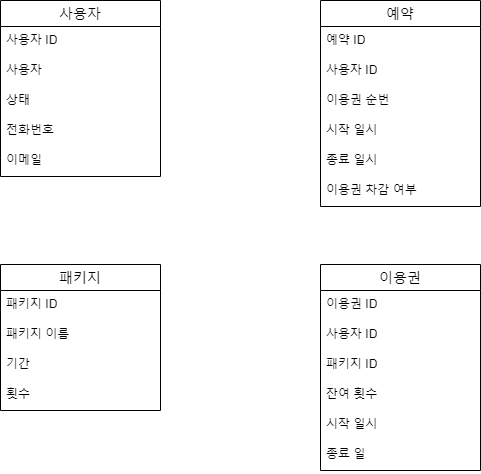
This is docs/ticket-manager-erd.png from GuardJo/ticket-manager, a draw.io export, as it was before one commit. Source tidied: cells renumbered, new cells last; positions are measured from the earlier drawing's top-left corner, leaving out a move shared by most shapes. The source it was exported from:
```xml
<mxGraphModel background="#ffffff">
  <root>
    <mxCell id="0" />
    <mxCell id="1" parent="0" />
    <mxCell id="2" value="패키지" style="swimlane;fontStyle=0;horizontal=1;startSize=26;align=center;fontSize=14;" parent="1" vertex="1">
      <mxGeometry y="264" width="160" height="146" as="geometry" />
    </mxCell>
    <mxCell id="3" value="패키지 ID" style="text;strokeColor=none;fillColor=none;spacingLeft=4;spacingRight=4;overflow=hidden;fontSize=12;whiteSpace=wrap;html=1;" parent="2" vertex="1">
      <mxGeometry y="26" width="160" height="30" as="geometry" />
    </mxCell>
    <mxCell id="4" value="패키지 이름" style="text;strokeColor=none;fillColor=none;spacingLeft=4;spacingRight=4;overflow=hidden;fontSize=12;whiteSpace=wrap;html=1;" parent="2" vertex="1">
      <mxGeometry y="56" width="160" height="30" as="geometry" />
    </mxCell>
    <mxCell id="5" value="기간" style="text;strokeColor=none;fillColor=none;spacingLeft=4;spacingRight=4;overflow=hidden;fontSize=12;whiteSpace=wrap;html=1;" parent="2" vertex="1">
      <mxGeometry y="86" width="160" height="30" as="geometry" />
    </mxCell>
    <mxCell id="6" value="횟수" style="text;strokeColor=none;fillColor=none;spacingLeft=4;spacingRight=4;overflow=hidden;fontSize=12;whiteSpace=wrap;html=1;" parent="2" vertex="1">
      <mxGeometry y="116" width="160" height="30" as="geometry" />
    </mxCell>
    <mxCell id="7" value="사용자" style="swimlane;fontStyle=0;horizontal=1;startSize=26;align=center;fontSize=14;" parent="1" vertex="1">
      <mxGeometry width="160" height="176" as="geometry" />
    </mxCell>
    <mxCell id="8" value="사용자 ID" style="text;strokeColor=none;fillColor=none;spacingLeft=4;spacingRight=4;overflow=hidden;fontSize=12;whiteSpace=wrap;html=1;" parent="7" vertex="1">
      <mxGeometry y="26" width="160" height="30" as="geometry" />
    </mxCell>
    <mxCell id="9" value="사용자" style="text;strokeColor=none;fillColor=none;spacingLeft=4;spacingRight=4;overflow=hidden;fontSize=12;whiteSpace=wrap;html=1;" parent="7" vertex="1">
      <mxGeometry y="56" width="160" height="30" as="geometry" />
    </mxCell>
    <mxCell id="10" value="상태" style="text;strokeColor=none;fillColor=none;spacingLeft=4;spacingRight=4;overflow=hidden;fontSize=12;whiteSpace=wrap;html=1;" parent="7" vertex="1">
      <mxGeometry y="86" width="160" height="30" as="geometry" />
    </mxCell>
    <mxCell id="11" value="전화번호" style="text;strokeColor=none;fillColor=none;spacingLeft=4;spacingRight=4;overflow=hidden;fontSize=12;whiteSpace=wrap;html=1;" parent="7" vertex="1">
      <mxGeometry y="116" width="160" height="30" as="geometry" />
    </mxCell>
    <mxCell id="12" value="이메일" style="text;strokeColor=none;fillColor=none;spacingLeft=4;spacingRight=4;overflow=hidden;fontSize=12;whiteSpace=wrap;html=1;" parent="7" vertex="1">
      <mxGeometry y="146" width="160" height="30" as="geometry" />
    </mxCell>
    <mxCell id="13" value="이용권" style="swimlane;fontStyle=0;horizontal=1;startSize=26;align=center;fontSize=14;" parent="1" vertex="1">
      <mxGeometry x="320" y="264" width="160" height="206" as="geometry" />
    </mxCell>
    <mxCell id="14" value="이용권 ID" style="text;strokeColor=none;fillColor=none;spacingLeft=4;spacingRight=4;overflow=hidden;fontSize=12;whiteSpace=wrap;html=1;" parent="13" vertex="1">
      <mxGeometry y="26" width="160" height="30" as="geometry" />
    </mxCell>
    <mxCell id="15" value="사용자 ID" style="text;strokeColor=none;fillColor=none;spacingLeft=4;spacingRight=4;overflow=hidden;fontSize=12;whiteSpace=wrap;html=1;" parent="13" vertex="1">
      <mxGeometry y="56" width="160" height="30" as="geometry" />
    </mxCell>
    <mxCell id="16" value="패키지 ID" style="text;strokeColor=none;fillColor=none;spacingLeft=4;spacingRight=4;overflow=hidden;fontSize=12;whiteSpace=wrap;html=1;" parent="13" vertex="1">
      <mxGeometry y="86" width="160" height="30" as="geometry" />
    </mxCell>
    <mxCell id="17" value="잔여 횟수" style="text;strokeColor=none;fillColor=none;spacingLeft=4;spacingRight=4;overflow=hidden;fontSize=12;whiteSpace=wrap;html=1;" parent="13" vertex="1">
      <mxGeometry y="116" width="160" height="30" as="geometry" />
    </mxCell>
    <mxCell id="18" value="시작 일시" style="text;strokeColor=none;fillColor=none;spacingLeft=4;spacingRight=4;overflow=hidden;fontSize=12;whiteSpace=wrap;html=1;" parent="13" vertex="1">
      <mxGeometry y="146" width="160" height="30" as="geometry" />
    </mxCell>
    <mxCell id="19" value="종료 일" style="text;strokeColor=none;fillColor=none;spacingLeft=4;spacingRight=4;overflow=hidden;fontSize=12;whiteSpace=wrap;html=1;" parent="13" vertex="1">
      <mxGeometry y="176" width="160" height="30" as="geometry" />
    </mxCell>
    <mxCell id="20" value="예약" style="swimlane;fontStyle=0;horizontal=1;startSize=26;align=center;fontSize=14;" parent="1" vertex="1">
      <mxGeometry x="320" width="160" height="206" as="geometry" />
    </mxCell>
    <mxCell id="21" value="예약 ID" style="text;strokeColor=none;fillColor=none;spacingLeft=4;spacingRight=4;overflow=hidden;fontSize=12;whiteSpace=wrap;html=1;" parent="20" vertex="1">
      <mxGeometry y="26" width="160" height="30" as="geometry" />
    </mxCell>
    <mxCell id="22" value="사용자 ID" style="text;strokeColor=none;fillColor=none;spacingLeft=4;spacingRight=4;overflow=hidden;fontSize=12;whiteSpace=wrap;html=1;" parent="20" vertex="1">
      <mxGeometry y="56" width="160" height="30" as="geometry" />
    </mxCell>
    <mxCell id="23" value="이용권 순번" style="text;strokeColor=none;fillColor=none;spacingLeft=4;spacingRight=4;overflow=hidden;fontSize=12;whiteSpace=wrap;html=1;" parent="20" vertex="1">
      <mxGeometry y="86" width="160" height="30" as="geometry" />
    </mxCell>
    <mxCell id="24" value="시작 일시" style="text;strokeColor=none;fillColor=none;spacingLeft=4;spacingRight=4;overflow=hidden;fontSize=12;whiteSpace=wrap;html=1;" parent="20" vertex="1">
      <mxGeometry y="116" width="160" height="30" as="geometry" />
    </mxCell>
    <mxCell id="25" value="종료 일시" style="text;strokeColor=none;fillColor=none;spacingLeft=4;spacingRight=4;overflow=hidden;fontSize=12;whiteSpace=wrap;html=1;" parent="20" vertex="1">
      <mxGeometry y="146" width="160" height="30" as="geometry" />
    </mxCell>
    <mxCell id="26" value="이용권 차감 여부" style="text;strokeColor=none;fillColor=none;spacingLeft=4;spacingRight=4;overflow=hidden;fontSize=12;whiteSpace=wrap;html=1;" parent="20" vertex="1">
      <mxGeometry y="176" width="160" height="30" as="geometry" />
    </mxCell>
  </root>
</mxGraphModel>
```
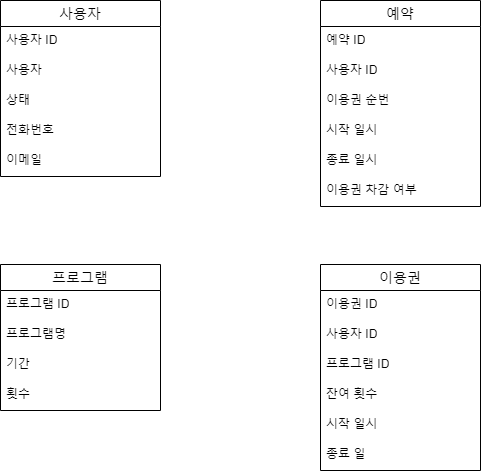
The same diagram one commit later.

What changed in the source:
```diff
@@ -2,13 +2,13 @@
   <root>
     <mxCell id="0" />
     <mxCell id="1" parent="0" />
-    <mxCell id="2" value="패키지" style="swimlane;fontStyle=0;horizontal=1;startSize=26;align=center;fontSize=14;" parent="1" vertex="1">
+    <mxCell id="2" value="프로그램" style="swimlane;fontStyle=0;horizontal=1;startSize=26;align=center;fontSize=14;" parent="1" vertex="1">
       <mxGeometry y="264" width="160" height="146" as="geometry" />
     </mxCell>
-    <mxCell id="3" value="패키지 ID" style="text;strokeColor=none;fillColor=none;spacingLeft=4;spacingRight=4;overflow=hidden;fontSize=12;whiteSpace=wrap;html=1;" parent="2" vertex="1">
+    <mxCell id="3" value="프로그램 ID" style="text;strokeColor=none;fillColor=none;spacingLeft=4;spacingRight=4;overflow=hidden;fontSize=12;whiteSpace=wrap;html=1;" parent="2" vertex="1">
       <mxGeometry y="26" width="160" height="30" as="geometry" />
     </mxCell>
-    <mxCell id="4" value="패키지 이름" style="text;strokeColor=none;fillColor=none;spacingLeft=4;spacingRight=4;overflow=hidden;fontSize=12;whiteSpace=wrap;html=1;" parent="2" vertex="1">
+    <mxCell id="4" value="프로그램명" style="text;strokeColor=none;fillColor=none;spacingLeft=4;spacingRight=4;overflow=hidden;fontSize=12;whiteSpace=wrap;html=1;" parent="2" vertex="1">
       <mxGeometry y="56" width="160" height="30" as="geometry" />
     </mxCell>
     <mxCell id="5" value="기간" style="text;strokeColor=none;fillColor=none;spacingLeft=4;spacingRight=4;overflow=hidden;fontSize=12;whiteSpace=wrap;html=1;" parent="2" vertex="1">
@@ -44,7 +44,7 @@
     <mxCell id="15" value="사용자 ID" style="text;strokeColor=none;fillColor=none;spacingLeft=4;spacingRight=4;overflow=hidden;fontSize=12;whiteSpace=wrap;html=1;" parent="13" vertex="1">
       <mxGeometry y="56" width="160" height="30" as="geometry" />
     </mxCell>
-    <mxCell id="16" value="패키지 ID" style="text;strokeColor=none;fillColor=none;spacingLeft=4;spacingRight=4;overflow=hidden;fontSize=12;whiteSpace=wrap;html=1;" parent="13" vertex="1">
+    <mxCell id="16" value="프로그램 ID" style="text;strokeColor=none;fillColor=none;spacingLeft=4;spacingRight=4;overflow=hidden;fontSize=12;whiteSpace=wrap;html=1;" parent="13" vertex="1">
       <mxGeometry y="86" width="160" height="30" as="geometry" />
     </mxCell>
     <mxCell id="17" value="잔여 횟수" style="text;strokeColor=none;fillColor=none;spacingLeft=4;spacingRight=4;overflow=hidden;fontSize=12;whiteSpace=wrap;html=1;" parent="13" vertex="1">
```
